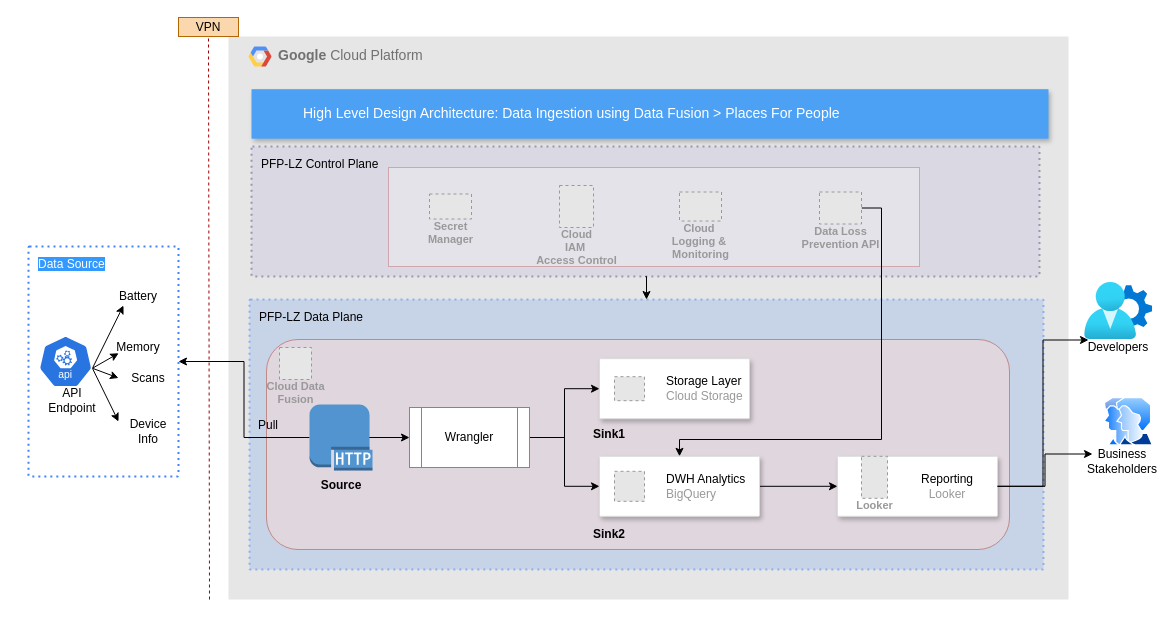
Before: PFP-Sample/PFP-HLD-DataFusion.drawio in harshaldharme/ProjectSpaces, a draw.io diagram. Source tidied: cells renumbered, new cells numbered last; positions are measured from the earlier drawing's top-left corner, leaving out a move shared by most shapes. Both pictures are drawn from the tidied source at 100%, with x=0, y=0 at pixel (28, 17). Pictures stored in the file or linked from it are replaced by grey dashed boxes.
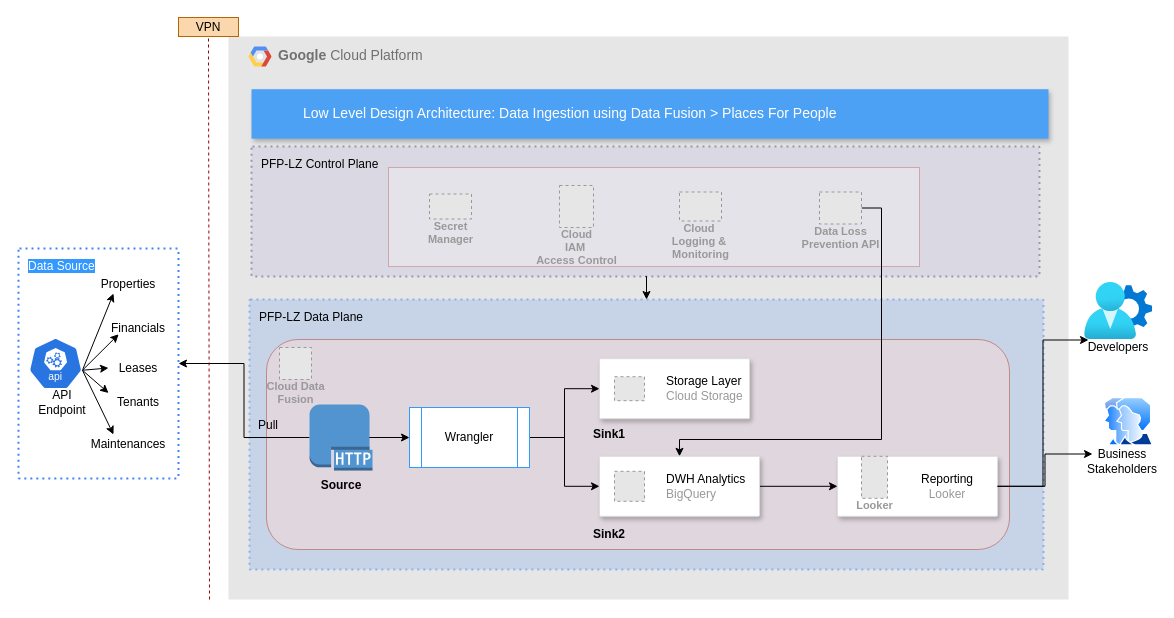
After the change.

What changed in the source:
```diff
@@
-    <mxCell id="10" value="High Level Design Architecture: Data Ingestion using Data Fusion &amp;gt; Places For People" style="fillColor=#4DA1F5;strokeColor=none;shadow=1;gradientColor=none;fontSize=14;align=left;spacingLeft=50;fontColor=#ffffff;html=1;" parent="1" vertex="1">
+    <mxCell id="10" value="Low Level Design Architecture: Data Ingestion using Data Fusion &amp;gt; Places For People" style="fillColor=#4DA1F5;strokeColor=none;shadow=1;gradientColor=none;fontSize=14;align=left;spacingLeft=50;fontColor=#ffffff;html=1;" parent="1" vertex="1">
       <mxGeometry x="223" y="71.7" width="797" height="49.5" as="geometry" />
     </mxCell>
@@
-    <mxCell id="31" style="group;" parent="1" vertex="1">
-      <mxGeometry y="229" width="150" height="230" as="geometry" />
-    </mxCell>
-    <mxCell id="32" value="&lt;font style=&quot;background-color: rgb(51, 153, 255);&quot; color=&quot;#ffffff&quot;&gt;Data Source&lt;/font&gt;" style="rounded=1;absoluteArcSize=1;arcSize=2;html=1;strokeColor=#4284F3;gradientColor=none;shadow=0;dashed=1;fontSize=12;fontColor=#9E9E9E;align=left;verticalAlign=top;spacing=10;spacingTop=-4;fillColor=none;dashPattern=1 2;strokeWidth=2;" parent="31" vertex="1">
-      <mxGeometry width="150" height="230" as="geometry" />
-    </mxCell>
-    <mxCell id="33" style="rounded=0;jettySize=auto;html=1;exitX=0.995;exitY=0.63;exitDx=0;exitDy=0;exitPerimeter=0;entryX=0.25;entryY=1;entryDx=0;entryDy=0;" parent="31" edge="1" source="36" target="38">
-      <mxGeometry relative="1" as="geometry" />
-    </mxCell>
-    <mxCell id="34" style="rounded=0;jettySize=auto;html=1;exitX=0.995;exitY=0.63;exitDx=0;exitDy=0;exitPerimeter=0;entryX=0;entryY=0.5;entryDx=0;entryDy=0;" parent="31" edge="1" source="36" target="40">
-      <mxGeometry relative="1" as="geometry" />
-    </mxCell>
-    <mxCell id="35" style="rounded=0;jettySize=auto;html=1;exitX=0.995;exitY=0.63;exitDx=0;exitDy=0;exitPerimeter=0;entryX=0;entryY=0;entryDx=0;entryDy=0;" parent="31" edge="1" source="36" target="41">
-      <mxGeometry relative="1" as="geometry" />
-    </mxCell>
-    <mxCell id="36" style="sketch=0;html=1;dashed=0;whitespace=wrap;verticalLabelPosition=bottom;verticalAlign=top;fillColor=#2875E2;strokeColor=#ffffff;points=[[0.005,0.63,0],[0.1,0.2,0],[0.9,0.2,0],[0.5,0,0],[0.995,0.63,0],[0.72,0.99,0],[0.5,1,0],[0.28,0.99,0]];shape=mxgraph.kubernetes.icon2;kubernetesLabel=1;prIcon=api;" parent="31" vertex="1">
-      <mxGeometry x="10" y="89" width="54.2" height="52" as="geometry" />
-    </mxCell>
-    <mxCell id="37" value="API Endpoint" style="text;html=1;align=center;verticalAlign=middle;whiteSpace=wrap;rounded=0;" parent="31" vertex="1">
-      <mxGeometry x="14" y="139" width="60" height="30" as="geometry" />
-    </mxCell>
-    <mxCell id="38" value="Battery" style="text;html=1;align=center;verticalAlign=middle;whiteSpace=wrap;rounded=0;" parent="31" vertex="1">
-      <mxGeometry x="80" y="40" width="60" height="19" as="geometry" />
-    </mxCell>
-    <mxCell id="39" value="Memory" style="text;html=1;align=center;verticalAlign=middle;whiteSpace=wrap;rounded=0;" parent="31" vertex="1">
-      <mxGeometry x="80" y="91" width="60" height="19" as="geometry" />
-    </mxCell>
-    <mxCell id="40" value="Scans" style="text;html=1;align=center;verticalAlign=middle;whiteSpace=wrap;rounded=0;" parent="31" vertex="1">
-      <mxGeometry x="90" y="122" width="60" height="19" as="geometry" />
-    </mxCell>
-    <mxCell id="41" value="Device Info" style="text;html=1;align=center;verticalAlign=middle;whiteSpace=wrap;rounded=0;" parent="31" vertex="1">
-      <mxGeometry x="90" y="175" width="60" height="19" as="geometry" />
-    </mxCell>
-    <mxCell id="42" style="rounded=0;jettySize=auto;html=1;exitX=0.995;exitY=0.63;exitDx=0;exitDy=0;exitPerimeter=0;entryX=0.169;entryY=0.829;entryDx=0;entryDy=0;entryPerimeter=0;" parent="31" edge="1" source="36" target="39">
-      <mxGeometry relative="1" as="geometry" />
-    </mxCell>
@@
+    <mxCell id="55" style="group;" parent="1" vertex="1">
+      <mxGeometry x="-10" y="231" width="160" height="230" as="geometry" />
+    </mxCell>
+    <mxCell id="32" value="&lt;font style=&quot;background-color: rgb(51, 153, 255);&quot; color=&quot;#ffffff&quot;&gt;Data Source&lt;/font&gt;" style="rounded=1;absoluteArcSize=1;arcSize=2;html=1;strokeColor=#4284F3;gradientColor=none;shadow=0;dashed=1;fontSize=12;fontColor=#9E9E9E;align=left;verticalAlign=top;spacing=10;spacingTop=-4;fillColor=none;dashPattern=1 2;strokeWidth=2;" parent="55" vertex="1">
+      <mxGeometry width="160" height="230" as="geometry" />
+    </mxCell>
+    <mxCell id="56" style="rounded=0;jettySize=auto;html=1;exitX=0.995;exitY=0.63;exitDx=0;exitDy=0;exitPerimeter=0;entryX=0.25;entryY=1;entryDx=0;entryDy=0;" parent="55" edge="1" source="36" target="59">
+      <mxGeometry relative="1" as="geometry" />
+    </mxCell>
+    <mxCell id="57" style="rounded=0;jettySize=auto;html=1;exitX=0.995;exitY=0.63;exitDx=0;exitDy=0;exitPerimeter=0;entryX=0;entryY=0.5;entryDx=0;entryDy=0;" parent="55" edge="1" source="36" target="61">
+      <mxGeometry relative="1" as="geometry" />
+    </mxCell>
+    <mxCell id="58" style="rounded=0;jettySize=auto;html=1;exitX=0.995;exitY=0.63;exitDx=0;exitDy=0;exitPerimeter=0;entryX=0;entryY=0;entryDx=0;entryDy=0;" parent="55" edge="1" source="36" target="62">
+      <mxGeometry relative="1" as="geometry" />
+    </mxCell>
+    <mxCell id="36" style="sketch=0;html=1;dashed=0;whitespace=wrap;verticalLabelPosition=bottom;verticalAlign=top;fillColor=#2875E2;strokeColor=#ffffff;points=[[0.005,0.63,0],[0.1,0.2,0],[0.9,0.2,0],[0.5,0,0],[0.995,0.63,0],[0.72,0.99,0],[0.5,1,0],[0.28,0.99,0]];shape=mxgraph.kubernetes.icon2;kubernetesLabel=1;prIcon=api;" parent="55" vertex="1">
+      <mxGeometry x="10" y="89" width="54.2" height="52" as="geometry" />
+    </mxCell>
+    <mxCell id="37" value="API Endpoint" style="text;html=1;align=center;verticalAlign=middle;whiteSpace=wrap;rounded=0;" parent="55" vertex="1">
+      <mxGeometry x="14" y="139" width="60" height="30" as="geometry" />
+    </mxCell>
+    <mxCell id="59" value="Properties" style="text;html=1;align=center;verticalAlign=middle;whiteSpace=wrap;rounded=0;" parent="55" vertex="1">
+      <mxGeometry x="80" y="26" width="60" height="19" as="geometry" />
+    </mxCell>
+    <mxCell id="60" value="Financials" style="text;html=1;align=center;verticalAlign=middle;whiteSpace=wrap;rounded=0;" parent="55" vertex="1">
+      <mxGeometry x="90" y="70" width="60" height="19" as="geometry" />
+    </mxCell>
+    <mxCell id="61" value="Leases" style="text;html=1;align=center;verticalAlign=middle;whiteSpace=wrap;rounded=0;" parent="55" vertex="1">
+      <mxGeometry x="90" y="110" width="60" height="19" as="geometry" />
+    </mxCell>
+    <mxCell id="62" value="Tenants" style="text;html=1;align=center;verticalAlign=middle;whiteSpace=wrap;rounded=0;" parent="55" vertex="1">
+      <mxGeometry x="90" y="144.5" width="60" height="19" as="geometry" />
+    </mxCell>
+    <mxCell id="63" style="rounded=0;jettySize=auto;html=1;exitX=0.995;exitY=0.63;exitDx=0;exitDy=0;exitPerimeter=0;entryX=0.169;entryY=0.829;entryDx=0;entryDy=0;entryPerimeter=0;" parent="55" edge="1" source="36" target="60">
+      <mxGeometry relative="1" as="geometry" />
+    </mxCell>
+    <mxCell id="64" value="Maintenances" style="text;html=1;align=center;verticalAlign=middle;whiteSpace=wrap;rounded=0;" parent="55" vertex="1">
+      <mxGeometry x="80" y="186" width="60" height="19" as="geometry" />
+    </mxCell>
+    <mxCell id="65" style="rounded=0;jettySize=auto;html=1;exitX=0.995;exitY=0.63;exitDx=0;exitDy=0;exitPerimeter=0;entryX=0.25;entryY=0;entryDx=0;entryDy=0;" parent="55" edge="1" source="36" target="64">
+      <mxGeometry relative="1" as="geometry" />
+    </mxCell>
```
